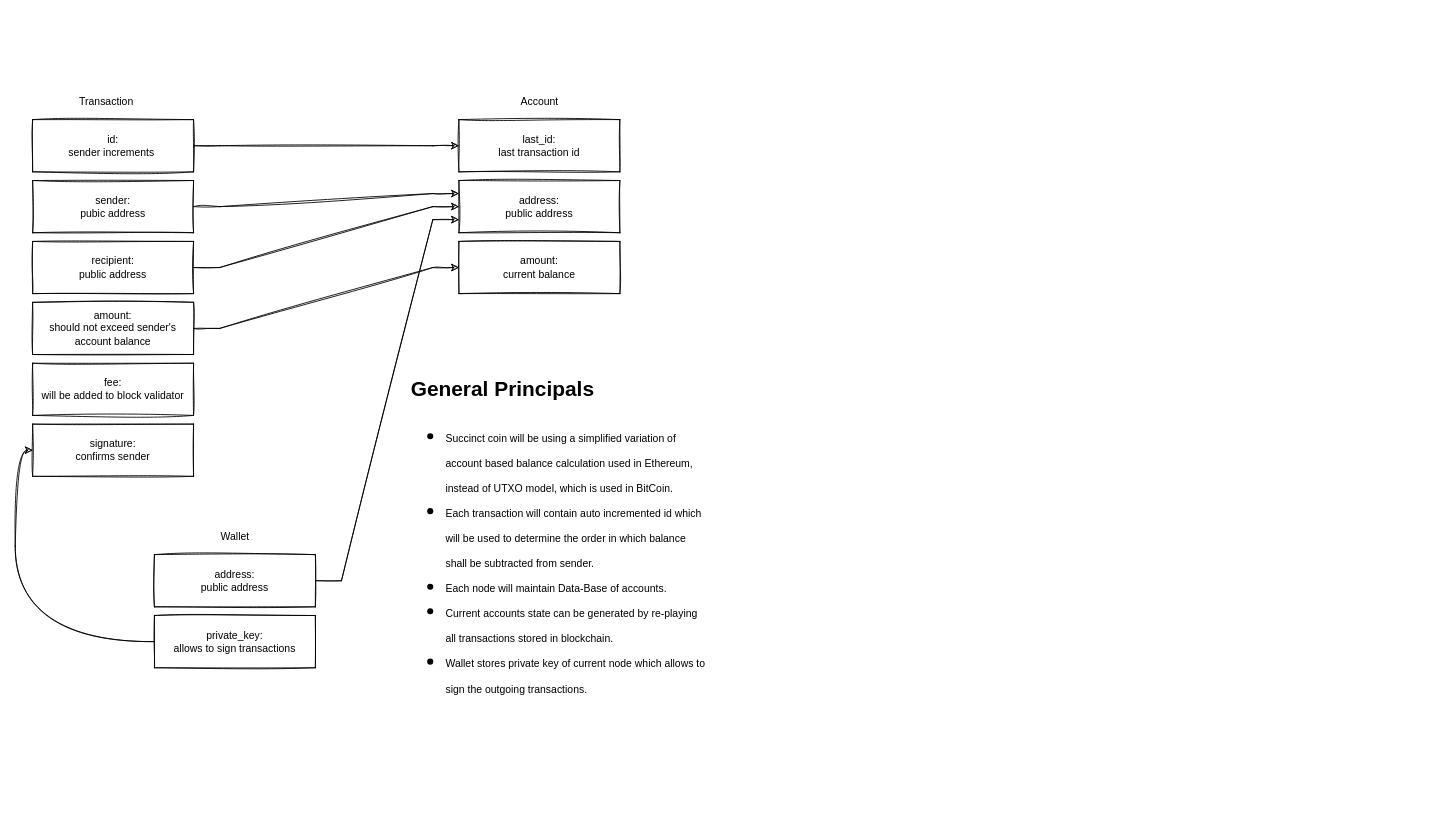
Above: docs/Transaction Structure Diagram.drawio in echowaves/succinctcoin (draw.io), before the change. Source tidied: cells renumbered, new cells numbered last; positions are measured from the earlier drawing's top-left corner, leaving out a move shared by most shapes. Both pictures are drawn from the tidied source at 87%, with x=0, y=0 at pixel (32, 93).
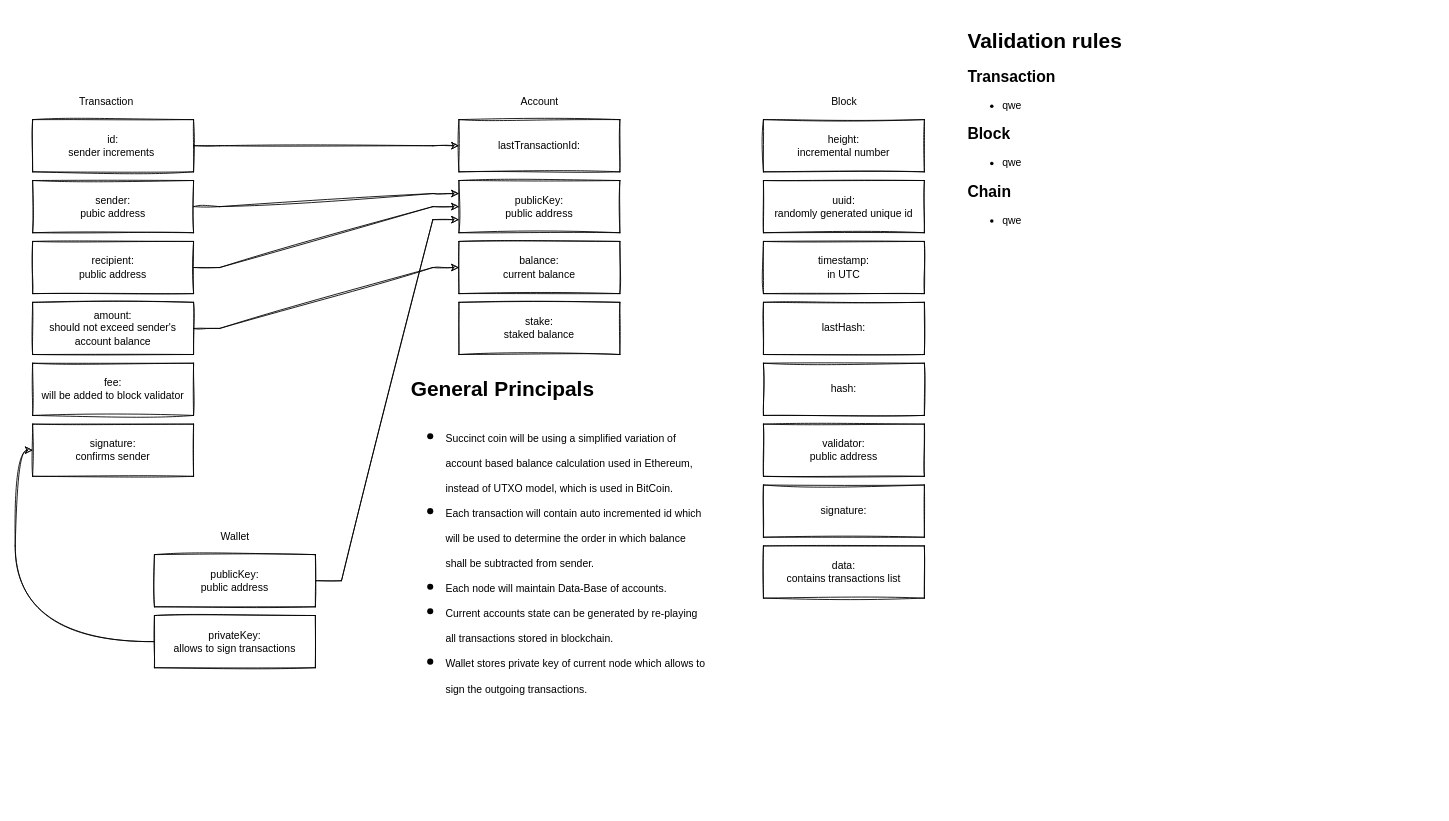
Above is the later version.

Change to the diagram source:
```diff
@@
-    <mxCell id="13" value="address:&lt;br&gt;public address" style="rounded=0;whiteSpace=wrap;html=1;sketch=1;" parent="1" vertex="1">
+    <mxCell id="13" value="publicKey:&lt;br&gt;public address" style="rounded=0;whiteSpace=wrap;html=1;sketch=1;" parent="1" vertex="1">
       <mxGeometry x="490" y="100" width="185" height="60" as="geometry" />
     </mxCell>
-    <mxCell id="14" value="amount:&lt;br&gt;current balance" style="rounded=0;whiteSpace=wrap;html=1;sketch=1;" parent="1" vertex="1">
+    <mxCell id="14" value="balance:&lt;br&gt;current balance" style="rounded=0;whiteSpace=wrap;html=1;sketch=1;" parent="1" vertex="1">
       <mxGeometry x="490" y="170" width="185" height="60" as="geometry" />
     </mxCell>
-    <mxCell id="15" value="last_id:&lt;br&gt;last transaction id" style="rounded=0;whiteSpace=wrap;html=1;sketch=1;" parent="1" vertex="1">
+    <mxCell id="15" value="lastTransactionId:&lt;br&gt;" style="rounded=0;whiteSpace=wrap;html=1;sketch=1;" parent="1" vertex="1">
       <mxGeometry x="490" y="30" width="185" height="60" as="geometry" />
     </mxCell>
@@
-    <mxCell id="18" value="address:&lt;br&gt;public address" style="rounded=0;whiteSpace=wrap;html=1;sketch=1;" parent="1" vertex="1">
+    <mxCell id="18" value="publicKey:&lt;br&gt;public address" style="rounded=0;whiteSpace=wrap;html=1;sketch=1;" parent="1" vertex="1">
       <mxGeometry x="140" y="530" width="185" height="60" as="geometry" />
     </mxCell>
@@
-    <mxCell id="20" value="private_key:&lt;br&gt;allows to sign transactions" style="rounded=0;whiteSpace=wrap;html=1;sketch=1;" parent="1" vertex="1">
+    <mxCell id="20" value="privateKey:&lt;br&gt;allows to sign transactions" style="rounded=0;whiteSpace=wrap;html=1;sketch=1;" parent="1" vertex="1">
       <mxGeometry x="140" y="600" width="185" height="60" as="geometry" />
     </mxCell>
@@
+    <mxCell id="23" value="stake:&lt;br&gt;staked balance" style="rounded=0;whiteSpace=wrap;html=1;sketch=1;" parent="1" vertex="1">
+      <mxGeometry x="490" y="240" width="185" height="60" as="geometry" />
+    </mxCell>
+    <mxCell id="24" value="height:&lt;br&gt;incremental number" style="rounded=0;whiteSpace=wrap;html=1;sketch=1;" parent="1" vertex="1">
+      <mxGeometry x="840" y="30" width="185" height="60" as="geometry" />
+    </mxCell>
+    <mxCell id="25" value="Block" style="text;html=1;strokeColor=none;fillColor=none;align=center;verticalAlign=middle;whiteSpace=wrap;rounded=0;sketch=1;" parent="1" vertex="1">
+      <mxGeometry x="912.5" width="40" height="20" as="geometry" />
+    </mxCell>
+    <mxCell id="26" value="uuid:&lt;br&gt;randomly generated unique id" style="rounded=0;whiteSpace=wrap;html=1;sketch=1;" parent="1" vertex="1">
+      <mxGeometry x="840" y="100" width="185" height="60" as="geometry" />
+    </mxCell>
+    <mxCell id="27" value="timestamp:&lt;br&gt;in UTC" style="rounded=0;whiteSpace=wrap;html=1;sketch=1;" parent="1" vertex="1">
+      <mxGeometry x="840" y="170" width="185" height="60" as="geometry" />
+    </mxCell>
+    <mxCell id="28" value="lastHash:" style="rounded=0;whiteSpace=wrap;html=1;sketch=1;" parent="1" vertex="1">
+      <mxGeometry x="840" y="240" width="185" height="60" as="geometry" />
+    </mxCell>
+    <mxCell id="29" value="hash:" style="rounded=0;whiteSpace=wrap;html=1;sketch=1;" parent="1" vertex="1">
+      <mxGeometry x="840" y="310" width="185" height="60" as="geometry" />
+    </mxCell>
+    <mxCell id="30" value="validator:&lt;br&gt;public address" style="rounded=0;whiteSpace=wrap;html=1;sketch=1;" parent="1" vertex="1">
+      <mxGeometry x="840" y="380" width="185" height="60" as="geometry" />
+    </mxCell>
+    <mxCell id="31" value="signature:" style="rounded=0;whiteSpace=wrap;html=1;sketch=1;" parent="1" vertex="1">
+      <mxGeometry x="840" y="450" width="185" height="60" as="geometry" />
+    </mxCell>
+    <mxCell id="32" value="data:&lt;br&gt;contains transactions list" style="rounded=0;whiteSpace=wrap;html=1;sketch=1;" parent="1" vertex="1">
+      <mxGeometry x="840" y="520" width="185" height="60" as="geometry" />
+    </mxCell>
+    <mxCell id="33" value="&lt;h1&gt;Validation rules&lt;/h1&gt;&lt;h2&gt;Transaction&lt;/h2&gt;&lt;div&gt;&lt;ul&gt;&lt;li&gt;qwe&lt;/li&gt;&lt;/ul&gt;&lt;/div&gt;&lt;h2&gt;Block&lt;/h2&gt;&lt;div&gt;&lt;ul&gt;&lt;li&gt;qwe&lt;/li&gt;&lt;/ul&gt;&lt;/div&gt;&lt;h2&gt;Chain&lt;/h2&gt;&lt;div&gt;&lt;ul&gt;&lt;li&gt;qwe&lt;/li&gt;&lt;/ul&gt;&lt;/div&gt;" style="text;html=1;strokeColor=none;fillColor=none;spacing=5;spacingTop=-20;whiteSpace=wrap;overflow=hidden;rounded=0;sketch=1;" parent="1" vertex="1">
+      <mxGeometry x="1070" y="-80" width="540" height="500" as="geometry" />
+    </mxCell>
```
